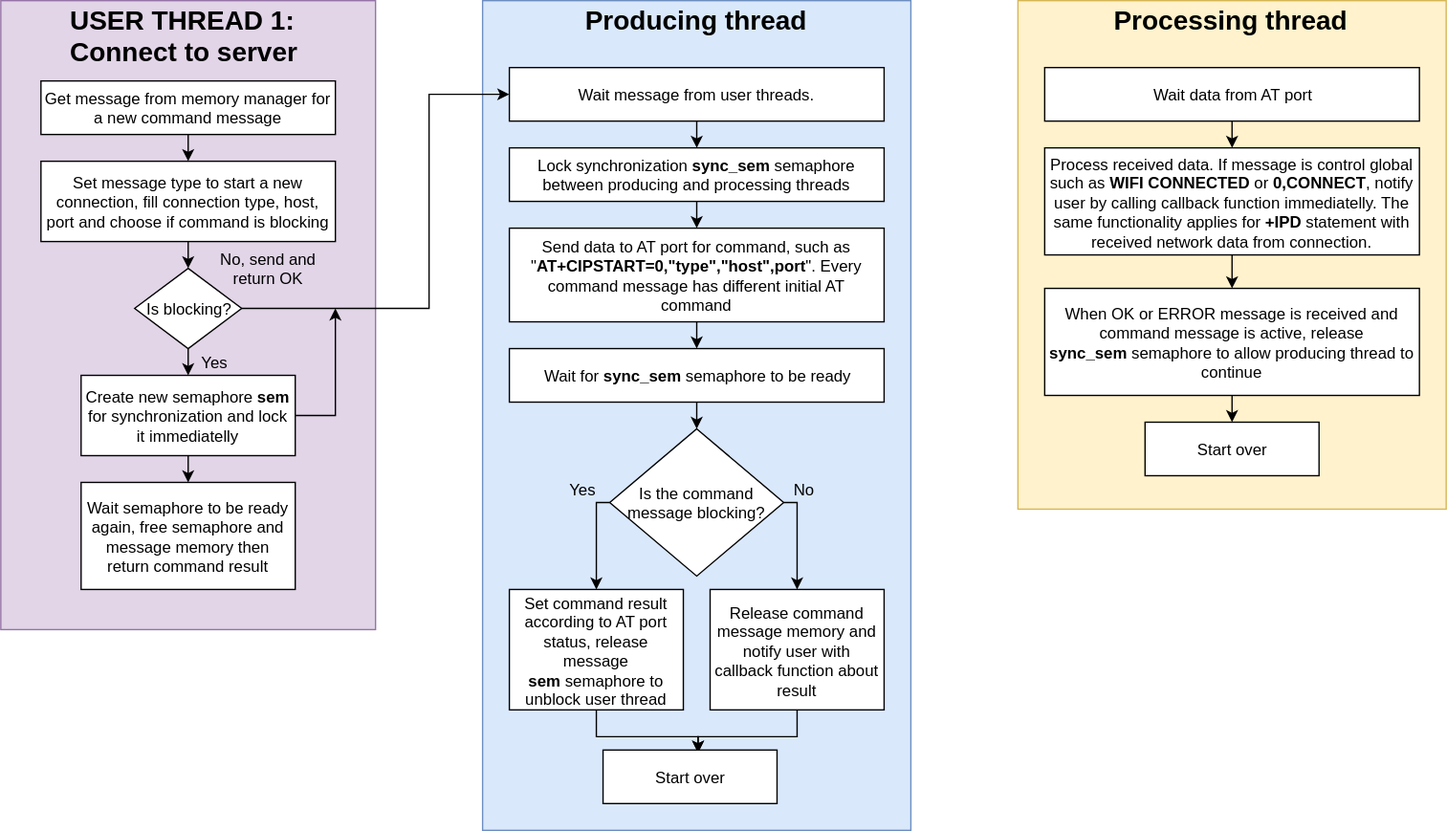
This is docs/src/thread_communication.svg from amigomcu/ESP_AT_Lib_res, a draw.io export, as it was before one commit. Source tidied: cells renumbered, new cells last; positions are measured from the earlier drawing's top-left corner, leaving out a move shared by most shapes.
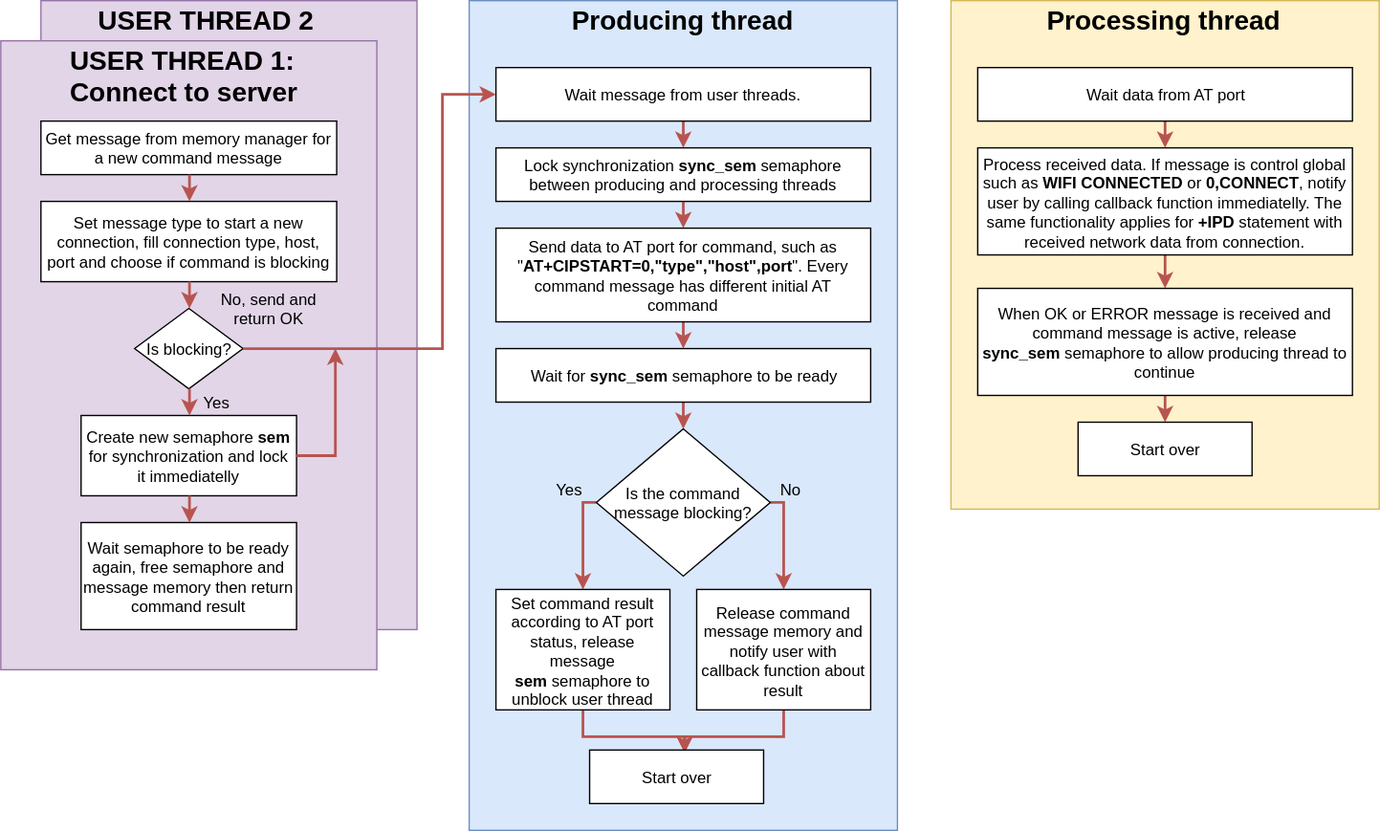
After the commit.

Diff of the diagram source:
```diff
@@ -2,106 +2,112 @@
   <root>
     <mxCell id="0" />
     <mxCell id="1" parent="0" />
+    <mxCell id="46" style="whiteSpace=wrap;html=1;fillColor=#e1d5e7;strokeColor=#9673a6;" parent="1" vertex="1">
+      <mxGeometry x="40" width="281" height="470" as="geometry" />
+    </mxCell>
+    <mxCell id="47" value="USER THREAD 2&lt;br&gt;" style="text;html=1;align=left;verticalAlign=top;spacingTop=-4;fontSize=20;fontStyle=1;" parent="1" vertex="1">
+      <mxGeometry x="81" width="180" height="30" as="geometry" />
+    </mxCell>
     <mxCell id="2" style="whiteSpace=wrap;html=1;fillColor=#dae8fc;strokeColor=#6c8ebf;" parent="1" vertex="1">
       <mxGeometry x="360" width="320" height="620" as="geometry" />
     </mxCell>
     <mxCell id="3" style="whiteSpace=wrap;html=1;fillColor=#fff2cc;strokeColor=#d6b656;" parent="1" vertex="1">
-      <mxGeometry x="760" width="320" height="380" as="geometry" />
+      <mxGeometry x="720" width="320" height="380" as="geometry" />
     </mxCell>
     <mxCell id="4" style="whiteSpace=wrap;html=1;fillColor=#e1d5e7;strokeColor=#9673a6;" parent="1" vertex="1">
-      <mxGeometry width="280" height="470" as="geometry" />
+      <mxGeometry x="10" y="30" width="281" height="470" as="geometry" />
     </mxCell>
     <mxCell id="5" value="USER THREAD 1:&lt;div&gt;Connect to server&lt;/div&gt;" style="text;html=1;align=left;verticalAlign=top;spacingTop=-4;fontSize=20;fontStyle=1;" parent="1" vertex="1">
-      <mxGeometry x="50" width="180" height="50" as="geometry" />
+      <mxGeometry x="60" y="30" width="180" height="50" as="geometry" />
     </mxCell>
-    <mxCell id="6" style="edgeStyle=orthogonalEdgeStyle;rounded=0;html=1;exitX=0.5;exitY=1;entryX=0.5;entryY=0;jettySize=auto;fontSize=12;" parent="1" edge="1" source="7" target="24">
+    <mxCell id="6" style="edgeStyle=orthogonalEdgeStyle;rounded=0;html=1;exitX=0.5;exitY=1;entryX=0.5;entryY=0;jettySize=auto;fontSize=12;fillColor=#f8cecc;strokeColor=#b85450;strokeWidth=2;" parent="1" edge="1" source="7" target="24">
       <mxGeometry relative="1" as="geometry" />
     </mxCell>
     <mxCell id="7" value="Wait message from user threads." style="rounded=0;whiteSpace=wrap;html=1;fontSize=12;" parent="1" vertex="1">
       <mxGeometry x="380" y="50" width="280" height="40" as="geometry" />
     </mxCell>
     <mxCell id="8" value="Set message type to start a new connection, fill connection type, host, port and choose if command is blocking" style="rounded=0;whiteSpace=wrap;html=1;fontSize=12;" parent="1" vertex="1">
-      <mxGeometry x="30" y="120" width="220" height="60" as="geometry" />
+      <mxGeometry x="40" y="150" width="221" height="60" as="geometry" />
     </mxCell>
     <mxCell id="9" value="Get message from memory manager for a new command message" style="rounded=0;whiteSpace=wrap;html=1;fontSize=12;" parent="1" vertex="1">
-      <mxGeometry x="30" y="60" width="220" height="40" as="geometry" />
+      <mxGeometry x="40" y="90" width="221" height="40" as="geometry" />
     </mxCell>
-    <mxCell id="10" style="edgeStyle=orthogonalEdgeStyle;rounded=0;html=1;exitX=0.5;exitY=1;entryX=0.5;entryY=0;jettySize=auto;fontSize=12;" parent="1" edge="1" source="9" target="8">
+    <mxCell id="10" style="edgeStyle=orthogonalEdgeStyle;rounded=0;html=1;exitX=0.5;exitY=1;entryX=0.5;entryY=0;jettySize=auto;fontSize=12;fillColor=#f8cecc;strokeColor=#b85450;strokeWidth=2;" parent="1" edge="1" source="9" target="8">
       <mxGeometry relative="1" as="geometry" />
     </mxCell>
     <mxCell id="11" value="Producing thread" style="text;html=1;align=left;verticalAlign=top;spacingTop=-4;fontSize=20;fontStyle=1;" parent="1" vertex="1">
       <mxGeometry x="435" width="170" height="30" as="geometry" />
     </mxCell>
     <mxCell id="12" value="Processing thread" style="text;html=1;align=left;verticalAlign=top;spacingTop=-4;fontSize=20;fontStyle=1;" parent="1" vertex="1">
-      <mxGeometry x="830" width="180" height="30" as="geometry" />
+      <mxGeometry x="790" width="180" height="30" as="geometry" />
     </mxCell>
     <mxCell id="13" value="Create new semaphore &lt;b&gt;sem&lt;/b&gt; for synchronization and lock it immediatelly" style="rounded=0;whiteSpace=wrap;html=1;fontSize=12;" parent="1" vertex="1">
-      <mxGeometry x="60" y="280" width="160" height="60" as="geometry" />
+      <mxGeometry x="70" y="310" width="161" height="60" as="geometry" />
     </mxCell>
     <mxCell id="14" value="Is blocking?" style="rhombus;whiteSpace=wrap;html=1;fontSize=12;" parent="1" vertex="1">
-      <mxGeometry x="100" y="200" width="80" height="60" as="geometry" />
+      <mxGeometry x="110" y="230" width="81" height="60" as="geometry" />
     </mxCell>
-    <mxCell id="15" style="edgeStyle=orthogonalEdgeStyle;rounded=0;html=1;exitX=0.5;exitY=1;entryX=0.5;entryY=0;jettySize=auto;fontSize=12;" parent="1" edge="1" source="8" target="14">
+    <mxCell id="15" style="edgeStyle=orthogonalEdgeStyle;rounded=0;html=1;exitX=0.5;exitY=1;entryX=0.5;entryY=0;jettySize=auto;fontSize=12;fillColor=#f8cecc;strokeColor=#b85450;strokeWidth=2;" parent="1" edge="1" source="8" target="14">
       <mxGeometry relative="1" as="geometry" />
     </mxCell>
-    <mxCell id="16" style="edgeStyle=orthogonalEdgeStyle;rounded=0;html=1;exitX=1;exitY=0.5;entryX=0;entryY=0.5;jettySize=auto;fontSize=12;" parent="1" edge="1" source="14" target="7">
+    <mxCell id="16" style="edgeStyle=orthogonalEdgeStyle;rounded=0;html=1;exitX=1;exitY=0.5;entryX=0;entryY=0.5;jettySize=auto;fontSize=12;fillColor=#f8cecc;strokeColor=#b85450;strokeWidth=2;" parent="1" edge="1" source="14" target="7">
       <mxGeometry relative="1" as="geometry">
         <Array as="points">
-          <mxPoint x="320" y="230" />
-          <mxPoint x="320" y="70" />
+          <mxPoint x="340" y="260" />
+          <mxPoint x="340" y="70" />
         </Array>
       </mxGeometry>
     </mxCell>
     <mxCell id="17" value="No, send and return OK" style="text;html=1;strokeColor=none;fillColor=none;align=center;verticalAlign=middle;whiteSpace=wrap;rounded=0;fontSize=12;" parent="1" vertex="1">
-      <mxGeometry x="160" y="185" width="80" height="30" as="geometry" />
+      <mxGeometry x="170" y="215" width="81" height="30" as="geometry" />
     </mxCell>
     <mxCell id="18" value="Yes" style="text;html=1;strokeColor=none;fillColor=none;align=center;verticalAlign=middle;whiteSpace=wrap;rounded=0;fontSize=12;" parent="1" vertex="1">
-      <mxGeometry x="140" y="260" width="40" height="20" as="geometry" />
+      <mxGeometry x="150" y="290" width="41" height="20" as="geometry" />
     </mxCell>
-    <mxCell id="19" style="edgeStyle=orthogonalEdgeStyle;rounded=0;html=1;exitX=0.5;exitY=1;entryX=0.5;entryY=0;jettySize=auto;fontSize=12;" parent="1" edge="1" source="14" target="13">
+    <mxCell id="19" style="edgeStyle=orthogonalEdgeStyle;rounded=0;html=1;exitX=0.5;exitY=1;entryX=0.5;entryY=0;jettySize=auto;fontSize=12;fillColor=#f8cecc;strokeColor=#b85450;strokeWidth=2;" parent="1" edge="1" source="14" target="13">
       <mxGeometry relative="1" as="geometry" />
     </mxCell>
-    <mxCell id="20" style="edgeStyle=orthogonalEdgeStyle;rounded=0;html=1;exitX=1;exitY=0.5;jettySize=auto;fontSize=12;" parent="1" edge="1" source="13">
+    <mxCell id="20" style="edgeStyle=orthogonalEdgeStyle;rounded=0;html=1;exitX=1;exitY=0.5;jettySize=auto;fontSize=12;fillColor=#f8cecc;strokeColor=#b85450;strokeWidth=2;" parent="1" edge="1" source="13">
       <mxGeometry relative="1" as="geometry">
-        <mxPoint x="250" y="230" as="targetPoint" />
+        <mxPoint x="260" y="260" as="targetPoint" />
         <Array as="points">
-          <mxPoint x="250" y="310" />
-          <mxPoint x="250" y="230" />
+          <mxPoint x="260" y="340" />
+          <mxPoint x="260" y="260" />
         </Array>
       </mxGeometry>
     </mxCell>
     <mxCell id="21" value="Wait semaphore to be ready again, free semaphore and message memory then return command result" style="rounded=0;whiteSpace=wrap;html=1;fontSize=12;" parent="1" vertex="1">
-      <mxGeometry x="60" y="360" width="160" height="80" as="geometry" />
+      <mxGeometry x="70" y="390" width="161" height="80" as="geometry" />
     </mxCell>
-    <mxCell id="22" style="edgeStyle=orthogonalEdgeStyle;rounded=0;html=1;exitX=0.5;exitY=1;entryX=0.5;entryY=0;jettySize=auto;fontSize=12;" parent="1" edge="1" source="13" target="21">
+    <mxCell id="22" style="edgeStyle=orthogonalEdgeStyle;rounded=0;html=1;exitX=0.5;exitY=1;entryX=0.5;entryY=0;jettySize=auto;fontSize=12;fillColor=#f8cecc;strokeColor=#b85450;strokeWidth=2;" parent="1" edge="1" source="13" target="21">
       <mxGeometry relative="1" as="geometry" />
     </mxCell>
-    <mxCell id="23" style="edgeStyle=orthogonalEdgeStyle;rounded=0;html=1;exitX=0.5;exitY=1;entryX=0.5;entryY=0;jettySize=auto;fontSize=12;" parent="1" edge="1" source="24" target="26">
+    <mxCell id="23" style="edgeStyle=orthogonalEdgeStyle;rounded=0;html=1;exitX=0.5;exitY=1;entryX=0.5;entryY=0;jettySize=auto;fontSize=12;fillColor=#f8cecc;strokeColor=#b85450;strokeWidth=2;" parent="1" edge="1" source="24" target="26">
       <mxGeometry relative="1" as="geometry" />
     </mxCell>
     <mxCell id="24" value="Lock synchronization &lt;b&gt;sync_sem&lt;/b&gt;&amp;nbsp;semaphore between producing and processing threads" style="rounded=0;whiteSpace=wrap;html=1;fontSize=12;" parent="1" vertex="1">
       <mxGeometry x="380" y="110" width="280" height="40" as="geometry" />
     </mxCell>
-    <mxCell id="25" style="edgeStyle=orthogonalEdgeStyle;rounded=0;html=1;exitX=0.5;exitY=1;entryX=0.5;entryY=0;jettySize=auto;fontSize=12;" parent="1" edge="1" source="26" target="28">
+    <mxCell id="25" style="edgeStyle=orthogonalEdgeStyle;rounded=0;html=1;exitX=0.5;exitY=1;entryX=0.5;entryY=0;jettySize=auto;fontSize=12;fillColor=#f8cecc;strokeColor=#b85450;strokeWidth=2;" parent="1" edge="1" source="26" target="28">
       <mxGeometry relative="1" as="geometry" />
     </mxCell>
     <mxCell id="26" value="Send data to AT port for command, such as &quot;&lt;b&gt;AT+CIPSTART=0,&quot;type&quot;,&quot;host&quot;,port&lt;/b&gt;&quot;. Every command message has different initial AT command" style="rounded=0;whiteSpace=wrap;html=1;fontSize=12;" parent="1" vertex="1">
       <mxGeometry x="380" y="170" width="280" height="70" as="geometry" />
     </mxCell>
-    <mxCell id="27" style="edgeStyle=orthogonalEdgeStyle;rounded=0;html=1;exitX=0.5;exitY=1;entryX=0.5;entryY=0;jettySize=auto;" parent="1" edge="1" source="28" target="31">
+    <mxCell id="27" style="edgeStyle=orthogonalEdgeStyle;rounded=0;html=1;exitX=0.5;exitY=1;entryX=0.5;entryY=0;jettySize=auto;fillColor=#f8cecc;strokeColor=#b85450;strokeWidth=2;" parent="1" edge="1" source="28" target="31">
       <mxGeometry relative="1" as="geometry" />
     </mxCell>
     <mxCell id="28" value="Wait for &lt;b&gt;sync_sem&lt;/b&gt;&amp;nbsp;semaphore to be ready" style="rounded=0;whiteSpace=wrap;html=1;fontSize=12;" parent="1" vertex="1">
       <mxGeometry x="380" y="260" width="280" height="40" as="geometry" />
     </mxCell>
-    <mxCell id="29" style="edgeStyle=orthogonalEdgeStyle;rounded=0;html=1;exitX=0;exitY=0.5;entryX=0.5;entryY=0;jettySize=auto;" parent="1" edge="1" source="31" target="33">
+    <mxCell id="29" style="edgeStyle=orthogonalEdgeStyle;rounded=0;html=1;exitX=0;exitY=0.5;entryX=0.5;entryY=0;jettySize=auto;fillColor=#f8cecc;strokeColor=#b85450;strokeWidth=2;" parent="1" edge="1" source="31" target="33">
       <mxGeometry relative="1" as="geometry">
         <Array as="points">
           <mxPoint x="445" y="375" />
         </Array>
       </mxGeometry>
     </mxCell>
-    <mxCell id="30" style="edgeStyle=orthogonalEdgeStyle;rounded=0;html=1;exitX=1;exitY=0.5;entryX=0.5;entryY=0;jettySize=auto;" parent="1" edge="1" source="31" target="35">
+    <mxCell id="30" style="edgeStyle=orthogonalEdgeStyle;rounded=0;html=1;exitX=1;exitY=0.5;entryX=0.5;entryY=0;jettySize=auto;fillColor=#f8cecc;strokeColor=#b85450;strokeWidth=2;" parent="1" edge="1" source="31" target="35">
       <mxGeometry relative="1" as="geometry">
         <Array as="points">
           <mxPoint x="595" y="375" />
@@ -111,13 +117,13 @@
     <mxCell id="31" value="Is the command message blocking?" style="rhombus;whiteSpace=wrap;html=1;fontSize=12;" parent="1" vertex="1">
       <mxGeometry x="455" y="320" width="130" height="110" as="geometry" />
     </mxCell>
-    <mxCell id="32" style="edgeStyle=orthogonalEdgeStyle;rounded=0;html=1;exitX=0.5;exitY=1;entryX=0.549;entryY=0.038;entryPerimeter=0;jettySize=auto;" parent="1" edge="1" source="33" target="38">
+    <mxCell id="32" style="edgeStyle=orthogonalEdgeStyle;rounded=0;html=1;exitX=0.5;exitY=1;entryX=0.549;entryY=0.038;entryPerimeter=0;jettySize=auto;fillColor=#f8cecc;strokeColor=#b85450;strokeWidth=2;" parent="1" edge="1" source="33" target="38">
       <mxGeometry relative="1" as="geometry" />
     </mxCell>
     <mxCell id="33" value="Set command result according to AT port status, release message &lt;b&gt;sem&lt;/b&gt;&amp;nbsp;semaphore to unblock user thread" style="rounded=0;whiteSpace=wrap;html=1;fontSize=12;" parent="1" vertex="1">
       <mxGeometry x="380" y="440" width="130" height="90" as="geometry" />
     </mxCell>
-    <mxCell id="34" style="edgeStyle=orthogonalEdgeStyle;rounded=0;html=1;exitX=0.5;exitY=1;entryX=0.548;entryY=0.04;entryPerimeter=0;jettySize=auto;" parent="1" edge="1" source="35" target="38">
+    <mxCell id="34" style="edgeStyle=orthogonalEdgeStyle;rounded=0;html=1;exitX=0.5;exitY=1;entryX=0.548;entryY=0.04;entryPerimeter=0;jettySize=auto;fillColor=#f8cecc;strokeColor=#b85450;strokeWidth=2;" parent="1" edge="1" source="35" target="38">
       <mxGeometry relative="1" as="geometry" />
     </mxCell>
     <mxCell id="35" value="Release command message memory and notify user with callback function about result" style="rounded=0;whiteSpace=wrap;html=1;fontSize=12;" parent="1" vertex="1">
@@ -132,26 +138,26 @@
     <mxCell id="38" value="Start over" style="rounded=0;whiteSpace=wrap;html=1;fontSize=12;" parent="1" vertex="1">
       <mxGeometry x="450" y="560" width="130" height="40" as="geometry" />
     </mxCell>
-    <mxCell id="39" style="edgeStyle=orthogonalEdgeStyle;rounded=0;html=1;exitX=0.5;exitY=1;entryX=0.5;entryY=0;jettySize=auto;" parent="1" edge="1" source="40" target="42">
+    <mxCell id="39" style="edgeStyle=orthogonalEdgeStyle;rounded=0;html=1;exitX=0.5;exitY=1;entryX=0.5;entryY=0;jettySize=auto;fillColor=#f8cecc;strokeColor=#b85450;strokeWidth=2;" parent="1" edge="1" source="40" target="42">
       <mxGeometry relative="1" as="geometry" />
     </mxCell>
     <mxCell id="40" value="Wait data from AT port" style="rounded=0;whiteSpace=wrap;html=1;fontSize=12;" parent="1" vertex="1">
-      <mxGeometry x="780" y="50" width="280" height="40" as="geometry" />
+      <mxGeometry x="740" y="50" width="280" height="40" as="geometry" />
     </mxCell>
-    <mxCell id="41" style="edgeStyle=orthogonalEdgeStyle;rounded=0;html=1;exitX=0.5;exitY=1;entryX=0.5;entryY=0;jettySize=auto;" parent="1" edge="1" source="42" target="44">
+    <mxCell id="41" style="edgeStyle=orthogonalEdgeStyle;rounded=0;html=1;exitX=0.5;exitY=1;entryX=0.5;entryY=0;jettySize=auto;fillColor=#f8cecc;strokeColor=#b85450;strokeWidth=2;" parent="1" edge="1" source="42" target="44">
       <mxGeometry relative="1" as="geometry" />
     </mxCell>
     <mxCell id="42" value="Process received data. If message is control global such as &lt;b&gt;WIFI CONNECTED&lt;/b&gt;&amp;nbsp;or &lt;b&gt;0,CONNECT&lt;/b&gt;, notify user by calling callback function immediatelly. The same functionality applies for &lt;b&gt;+IPD&lt;/b&gt;&amp;nbsp;statement with received network data from connection." style="rounded=0;whiteSpace=wrap;html=1;fontSize=12;" parent="1" vertex="1">
-      <mxGeometry x="780" y="110" width="280" height="80" as="geometry" />
+      <mxGeometry x="740" y="110" width="280" height="80" as="geometry" />
     </mxCell>
-    <mxCell id="43" style="edgeStyle=orthogonalEdgeStyle;rounded=0;html=1;exitX=0.5;exitY=1;entryX=0.5;entryY=0;jettySize=auto;" parent="1" edge="1" source="44" target="45">
+    <mxCell id="43" style="edgeStyle=orthogonalEdgeStyle;rounded=0;html=1;exitX=0.5;exitY=1;entryX=0.5;entryY=0;jettySize=auto;fillColor=#f8cecc;strokeColor=#b85450;strokeWidth=2;" parent="1" edge="1" source="44" target="45">
       <mxGeometry relative="1" as="geometry" />
     </mxCell>
     <mxCell id="44" value="When OK or ERROR message is received and command message is active, release &lt;b&gt;sync_sem&lt;/b&gt;&amp;nbsp;semaphore to allow producing thread to continue" style="rounded=0;whiteSpace=wrap;html=1;fontSize=12;" parent="1" vertex="1">
-      <mxGeometry x="780" y="215" width="280" height="80" as="geometry" />
+      <mxGeometry x="740" y="215" width="280" height="80" as="geometry" />
     </mxCell>
     <mxCell id="45" value="Start over" style="rounded=0;whiteSpace=wrap;html=1;fontSize=12;" parent="1" vertex="1">
-      <mxGeometry x="855" y="315" width="130" height="40" as="geometry" />
+      <mxGeometry x="815" y="315" width="130" height="40" as="geometry" />
     </mxCell>
   </root>
 </mxGraphModel>
```
